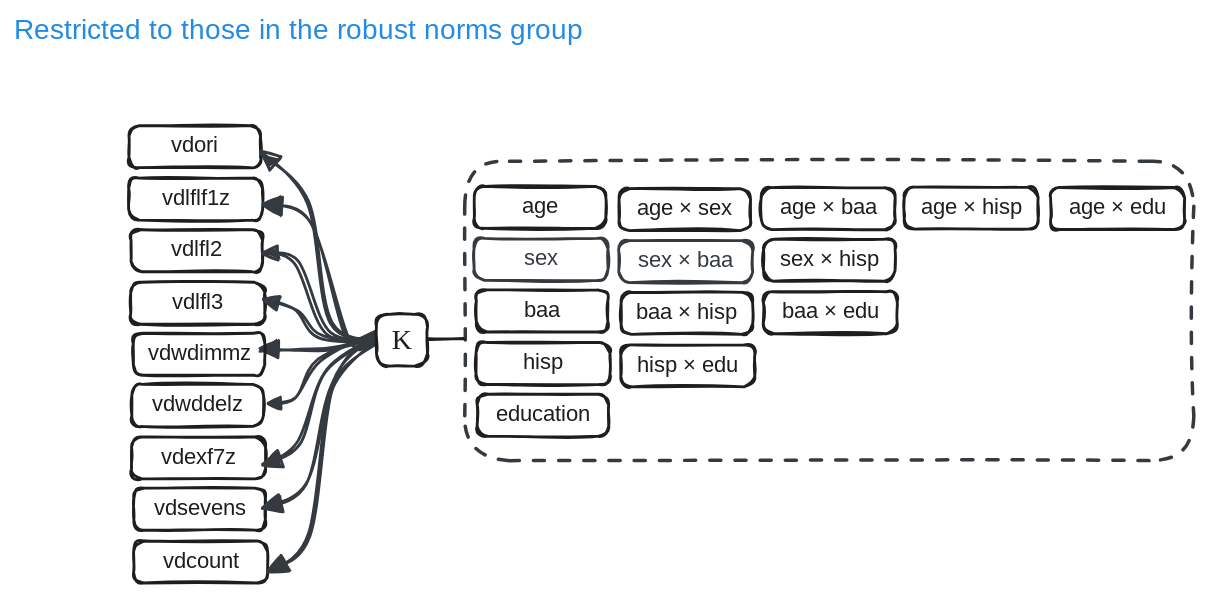
Before: R/excalidraw/PMM-012-Preliminary_Model.excalidraw.svg, a diagram exported from Excalidraw (dougtommet/HRS_cog_classification). Source tidied: one line per element, renumbered; positions are measured from the earlier drawing's top-left corner, leaving out a move shared by most shapes.
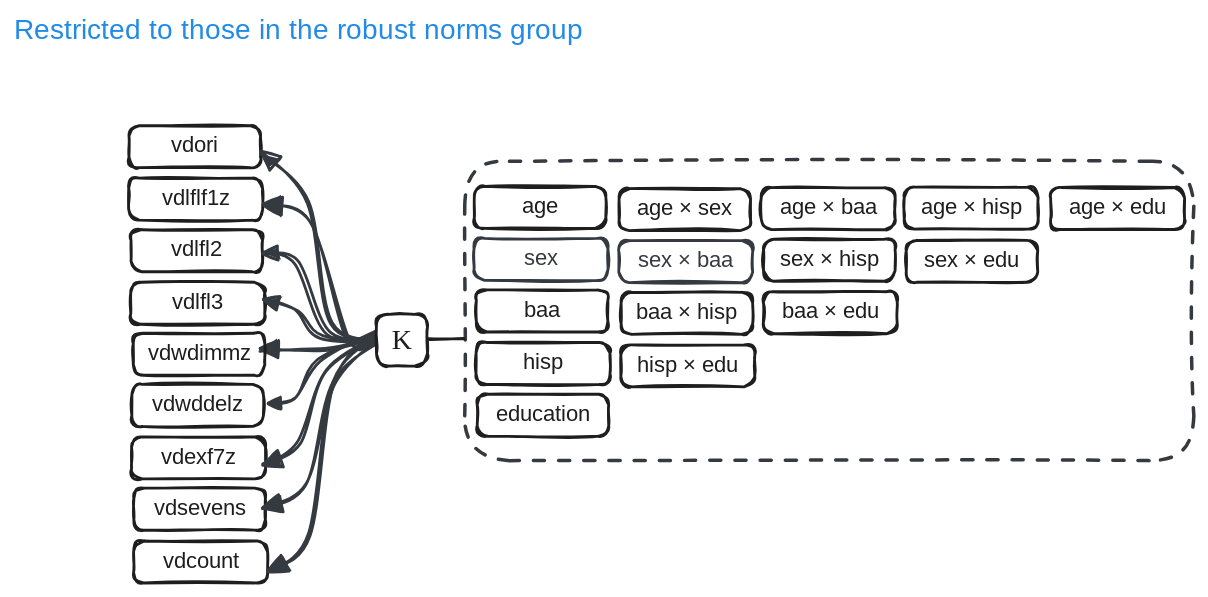
Above is the later version.

Change to the diagram source:
```diff
@@ -58,3 +58,5 @@
 {"id": 57, "type": "text", "text": "Κ", "strokeColor": "#1e1e1e", "strokeWidth": 2, "roughness": 1, "fontSize": 20, "fontFamily": 6, "textAlign": "center", "verticalAlign": "middle", "inside": 56, "x": 269, "y": 220, "width": 16, "height": 27}
 {"id": 58, "type": "line", "strokeColor": "#1e1e1e", "backgroundColor": "#ffffff", "fillStyle": "solid", "strokeWidth": 2, "roughness": 1, "round": true, "x": 322, "y": 232, "width": 26, "height": 0, "points": [[0, 0], [-26, 0]]}
 {"id": 59, "type": "text", "text": "Restricted to those in the robust norms group", "strokeColor": "#228be6", "strokeWidth": 2, "roughness": 1, "fontSize": 20, "fontFamily": 5, "x": 0, "y": 0, "width": 461, "height": 25}
+{"id": 60, "type": "rectangle", "strokeColor": "#1e1e1e", "strokeWidth": 2, "roughness": 1, "round": true, "x": 637, "y": 162, "width": 94, "height": 30}
+{"id": 61, "type": "text", "text": "sex × edu", "strokeColor": "#1e1e1e", "strokeWidth": 2, "roughness": 1, "fontSize": 16, "fontFamily": 5, "textAlign": "center", "verticalAlign": "middle", "inside": 60, "x": 647, "y": 167, "width": 75, "height": 20}
```
